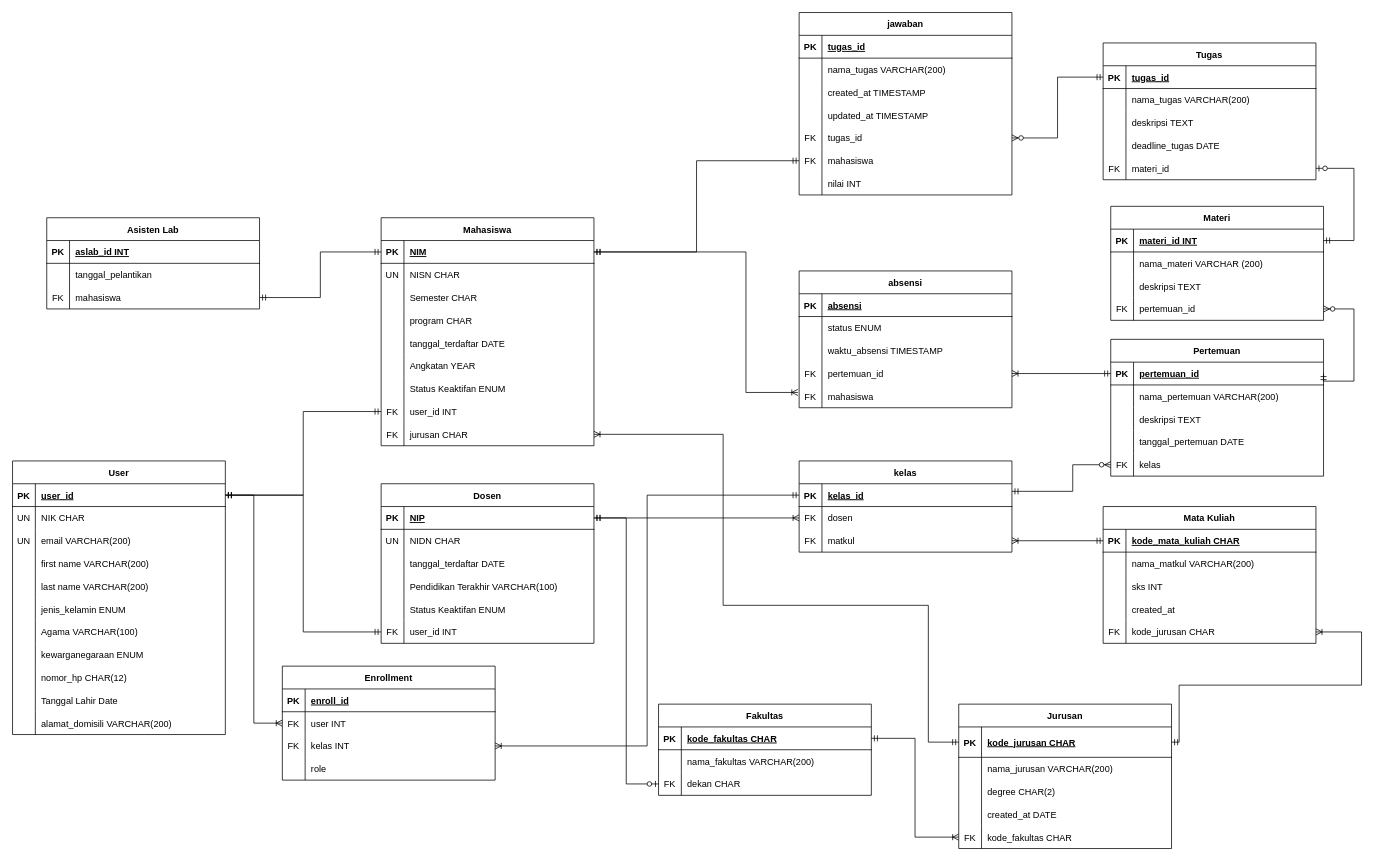
Earlier version of the draw.io diagram Database/newRelationship.drawio (DzakiyDzakwan/TubesSBD). Source tidied: cells renumbered, new cells numbered last; positions are measured from the earlier drawing's top-left corner, leaving out a move shared by most shapes. Both pictures are drawn from the tidied source at 76%, with x=0, y=0 at pixel (12, 12).
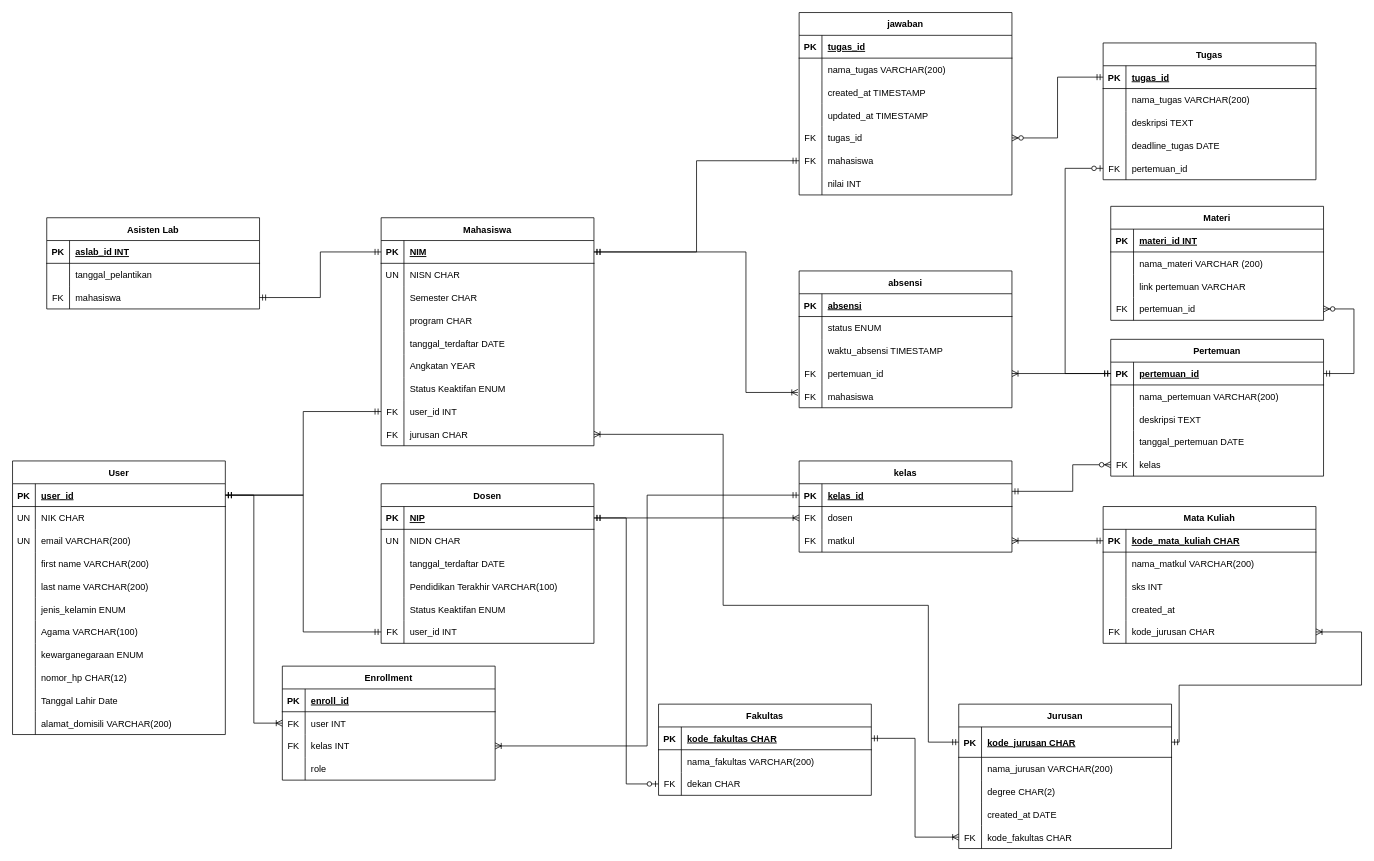
After the change.

The change refers to these unchanged cells:
```xml
<mxCell id="122" style="shape=partialRectangle;fillColor=none;points=[[0,0.5],[1,0.5]];portConstraint=eastwest;top=0;left=0;right=0;bottom=0;" parent="109" vertex="1">
  <mxGeometry y="150" width="280" height="30" as="geometry" />
</mxCell>
<mxCell id="126" style="shape=partialRectangle;fillColor=none;points=[[0,0.5],[1,0.5]];portConstraint=eastwest;top=0;left=0;right=0;bottom=1;" parent="125" vertex="1">
  <mxGeometry y="30" width="280" height="30" as="geometry" />
</mxCell>
<mxCell id="132" style="shape=partialRectangle;fillColor=none;top=0;left=0;right=0;bottom=0;" parent="125" vertex="1">
  <mxGeometry y="90" width="280" height="30" as="geometry" />
</mxCell>
<mxCell id="135" style="shape=partialRectangle;fillColor=none;points=[[0,0.5],[1,0.5]];portConstraint=eastwest;top=0;left=0;right=0;bottom=0;" parent="125" vertex="1">
  <mxGeometry y="120" width="280" height="30" as="geometry" />
</mxCell>
<mxCell id="155" style="shape=partialRectangle;fillColor=none;points=[[0,0.5],[1,0.5]];portConstraint=eastwest;top=0;left=0;right=0;bottom=1;" parent="154" vertex="1">
  <mxGeometry y="30" width="280" height="30" as="geometry" />
</mxCell>
```

Diff of the diagram source:
```diff
@@
-    <mxCell id="124" value="materi_id" style="shape=partialRectangle;overflow=hidden;fillColor=none;top=0;left=0;bottom=0;right=0;align=left;spacingLeft=6;" parent="122" vertex="1">
+    <mxCell id="124" value="pertemuan_id" style="shape=partialRectangle;overflow=hidden;fillColor=none;top=0;left=0;bottom=0;right=0;align=left;spacingLeft=6;" parent="122" vertex="1">
       <mxGeometry x="30" width="250" height="30" as="geometry" />
     </mxCell>
@@
-    <mxCell id="134" value="deskripsi TEXT" style="shape=partialRectangle;overflow=hidden;fillColor=none;top=0;left=0;bottom=0;right=0;align=left;spacingLeft=6;" parent="132" vertex="1">
+    <mxCell id="134" value="link pertemuan VARCHAR" style="shape=partialRectangle;overflow=hidden;fillColor=none;top=0;left=0;bottom=0;right=0;align=left;spacingLeft=6;" parent="132" vertex="1">
       <mxGeometry x="30" width="250" height="30" as="geometry" />
     </mxCell>
@@
-    <mxCell id="255" style="edgeStyle=orthogonalEdgeStyle;fontSize=12;html=1;endArrow=ERzeroToMany;startArrow=ERmandOne;rounded=0;exitX=1;exitY=0.5;exitDx=0;exitDy=0;entryX=1;entryY=0.5;entryDx=0;entryDy=0;" parent="1" edge="1" source="155" target="135">
+    <mxCell id="255" style="edgeStyle=orthogonalEdgeStyle;fontSize=12;html=1;endArrow=ERzeroToMany;startArrow=ERmandOne;rounded=0;entryX=1;entryY=0.5;entryDx=0;entryDy=0;exitX=1;exitY=0.5;exitDx=0;exitDy=0;" parent="1" edge="1" source="155" target="135">
       <mxGeometry relative="1" as="geometry">
         <Array as="points">
-          <mxPoint x="1765" y="485" />
+          <mxPoint x="1765" y="475" />
           <mxPoint x="1765" y="390" />
         </Array>
       </mxGeometry>
     </mxCell>
-    <mxCell id="256" style="edgeStyle=orthogonalEdgeStyle;fontSize=12;html=1;endArrow=ERzeroToOne;startArrow=ERmandOne;rounded=0;exitX=1;exitY=0.5;exitDx=0;exitDy=0;entryX=1;entryY=0.5;entryDx=0;entryDy=0;" parent="1" edge="1" source="126" target="122">
+    <mxCell id="256" style="edgeStyle=orthogonalEdgeStyle;fontSize=12;html=1;endArrow=ERzeroToOne;startArrow=ERmandOne;rounded=0;entryX=0;entryY=0.5;entryDx=0;entryDy=0;exitX=0;exitY=0.5;exitDx=0;exitDy=0;" parent="1" edge="1" source="155" target="122">
       <mxGeometry relative="1" as="geometry">
         <Array as="points">
-          <mxPoint x="1765" y="300" />
-          <mxPoint x="1765" y="205" />
+          <mxPoint x="1385" y="475" />
+          <mxPoint x="1385" y="205" />
         </Array>
       </mxGeometry>
     </mxCell>
```
